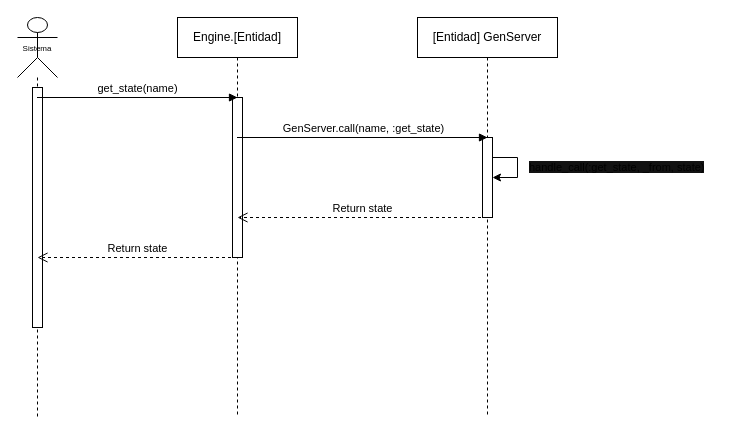
Before: diagrams/engine/caso_uso_consultar_estado.drawio in ThAlsay/Hephaestus, a draw.io diagram. Source tidied: cells renumbered, new cells numbered last; positions are measured from the earlier drawing's top-left corner, leaving out a move shared by most shapes. Both pictures are drawn from the tidied source at 100%, with x=0, y=0 at pixel (17, 17).
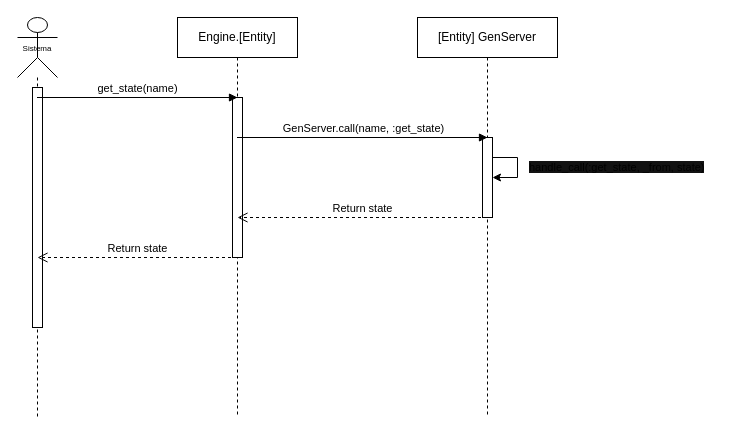
Above is the later version.

Change to the diagram source:
```diff
@@
-    <mxCell id="4" value="Engine.[Entidad]" style="shape=umlLifeline;perimeter=lifelinePerimeter;whiteSpace=wrap;html=1;outlineConnect=0;" parent="1" vertex="1">
+    <mxCell id="4" value="Engine.[Entity]" style="shape=umlLifeline;perimeter=lifelinePerimeter;whiteSpace=wrap;html=1;outlineConnect=0;" parent="1" vertex="1">
       <mxGeometry x="160" width="120" height="400" as="geometry" />
     </mxCell>
@@
-    <mxCell id="6" value="[Entidad] GenServer" style="shape=umlLifeline;perimeter=lifelinePerimeter;whiteSpace=wrap;html=1;outlineConnect=0;" parent="1" vertex="1">
+    <mxCell id="6" value="[Entity] GenServer" style="shape=umlLifeline;perimeter=lifelinePerimeter;whiteSpace=wrap;html=1;outlineConnect=0;" parent="1" vertex="1">
       <mxGeometry x="400" width="140" height="400" as="geometry" />
     </mxCell>
```
